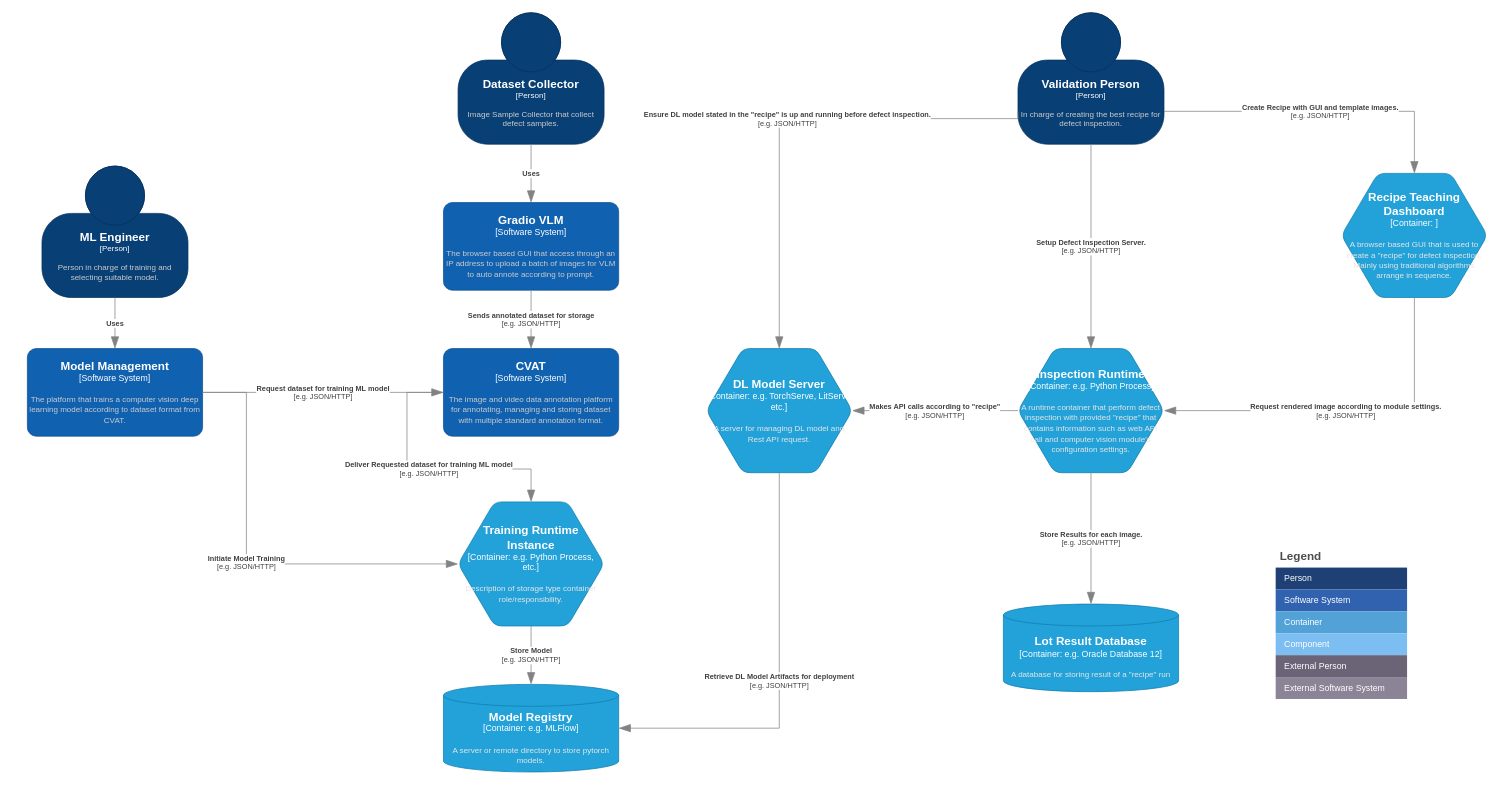
This is docs/assests/architecture_diagram.drawio from gx040502/MLoPs, a draw.io file, before an edit. Source tidied: cells renumbered, new cells numbered last; positions are measured from the earlier drawing's top-left corner, leaving out a move shared by most shapes. Both pictures are drawn from the tidied source at 73%, with x=0, y=0 at pixel (27, 12).
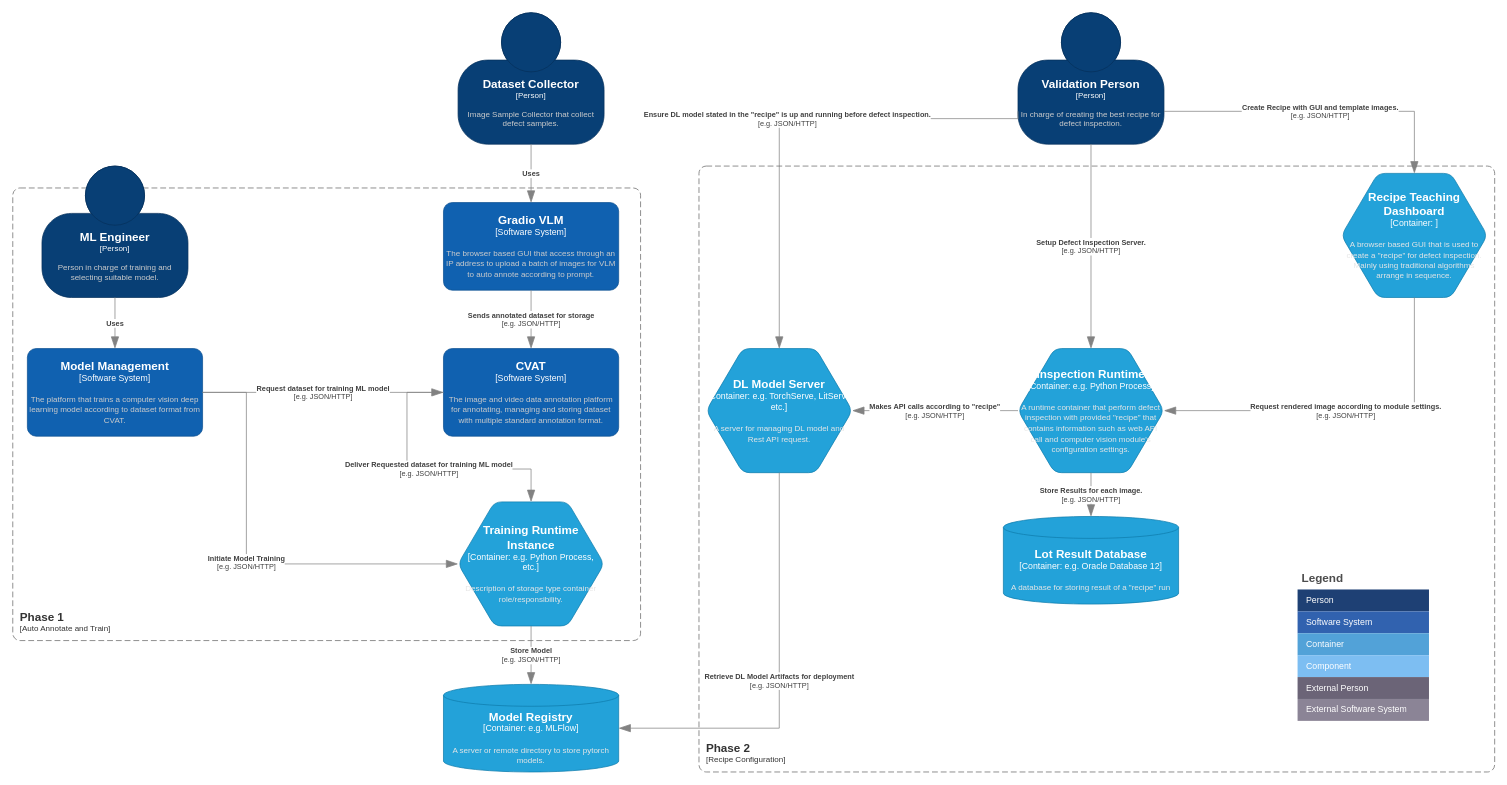
Above is the later version.

Commit message (it also covers changes not shown here):
docs: - add project phases to system context diagram - add license

Diff of the diagram source:
```diff
@@
+    <object id="41" label="&lt;font style=&quot;font-size: 16px&quot;&gt;&lt;b&gt;&lt;div style=&quot;text-align: left&quot;&gt;%c4Name%&lt;/div&gt;&lt;/b&gt;&lt;/font&gt;&lt;div style=&quot;text-align: left&quot;&gt;[%c4Application%]&lt;/div&gt;" c4Application="Auto Annotate and Train" c4Name="Phase 1" placeholders="1">
+      <mxCell style="rounded=1;fontSize=11;whiteSpace=wrap;html=1;dashed=1;arcSize=20;fillColor=none;strokeColor=#666666;fontColor=#333333;labelBackgroundColor=none;align=left;verticalAlign=bottom;labelBorderColor=none;spacingTop=0;spacing=10;dashPattern=8 4;perimeter=rectanglePerimeter;noLabel=0;labelPadding=0;absoluteArcSize=1;" parent="1" vertex="1">
+        <mxGeometry x="-20" y="240" width="860" height="620" as="geometry" />
+      </mxCell>
+    </object>
@@
     <mxCell id="5" value="Legend" style="shape=table;startSize=30;childLayout=tableLayout;fontSize=16;align=left;verticalAlign=top;fillColor=none;strokeColor=none;fontColor=#4D4D4D;fontStyle=1;spacingLeft=6;spacing=0;" parent="1" vertex="1">
-      <mxGeometry x="1710" y="730" width="180" height="210" as="geometry" />
+      <mxGeometry x="1740" y="760" width="180" height="210" as="geometry" />
     </mxCell>
@@
     <object id="36" label="&lt;font style=&quot;font-size: 16px&quot;&gt;&lt;b&gt;%c4Name%&lt;/b&gt;&lt;/font&gt;&lt;div&gt;[%c4Type%:&amp;nbsp;%c4Technology%]&lt;/div&gt;&lt;br&gt;&lt;div&gt;&lt;font style=&quot;font-size: 11px&quot;&gt;&lt;font color=&quot;#E6E6E6&quot;&gt;%c4Description%&lt;/font&gt;&lt;/div&gt;" c4Description="A database for storing result of a &quot;recipe&quot; run" c4Name="Lot Result Database" c4Technology="e.g. Oracle Database 12" c4Type="Container" placeholders="1">
       <mxCell style="shape=cylinder3;size=15;whiteSpace=wrap;html=1;boundedLbl=1;rounded=0;labelBackgroundColor=none;fillColor=#23A2D9;fontSize=12;fontColor=#ffffff;align=center;strokeColor=#0E7DAD;points=[[0.5,0,0],[1,0.25,0],[1,0.5,0],[1,0.75,0],[0.5,1,0],[0,0.75,0],[0,0.5,0],[0,0.25,0]];" parent="1" vertex="1">
-        <mxGeometry x="1337" y="810" width="240" height="120" as="geometry" />
+        <mxGeometry x="1337" y="690" width="240" height="120" as="geometry" />
       </mxCell>
     </object>
@@
+    <object id="42" label="&lt;font style=&quot;font-size: 16px&quot;&gt;&lt;b&gt;&lt;div style=&quot;text-align: left&quot;&gt;%c4Name%&lt;/div&gt;&lt;/b&gt;&lt;/font&gt;&lt;div style=&quot;text-align: left&quot;&gt;[%c4Application%]&lt;/div&gt;" c4Application="Recipe Configuration" c4Name="Phase 2" placeholders="1">
+      <mxCell style="rounded=1;fontSize=11;whiteSpace=wrap;html=1;dashed=1;arcSize=20;fillColor=none;strokeColor=#666666;fontColor=#333333;labelBackgroundColor=none;align=left;verticalAlign=bottom;labelBorderColor=none;spacingTop=0;spacing=10;dashPattern=8 4;perimeter=rectanglePerimeter;noLabel=0;labelPadding=0;absoluteArcSize=1;" parent="1" vertex="1">
+        <mxGeometry x="920" y="210" width="1090" height="830" as="geometry" />
+      </mxCell>
+    </object>
```
